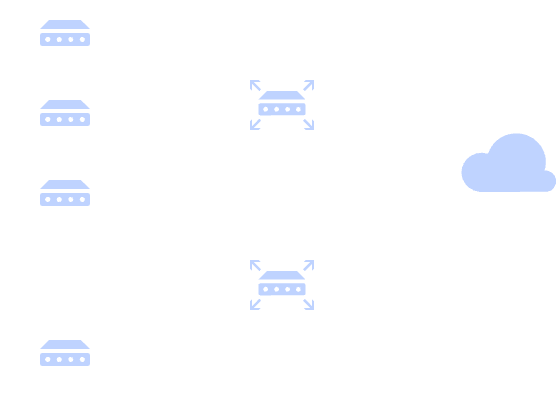
This is images/architecturaldiagram.png from konstantinagian/uppaal-tutorial, a draw.io export, as it was before one commit. Source tidied: cells renumbered, new cells last; positions are measured from the earlier drawing's top-left corner, leaving out a move shared by most shapes. The source it was exported from:
```xml
<mxGraphModel>
  <root>
    <mxCell id="0" />
    <mxCell id="1" parent="0" />
    <mxCell id="2" value="Cloud" style="sketch=0;shadow=0;dashed=0;html=1;strokeColor=none;labelPosition=center;verticalLabelPosition=bottom;verticalAlign=top;align=center;fillColor=#00188D;shape=mxgraph.azure.cloud;" parent="1" vertex="1">
      <mxGeometry x="460" y="130" width="96.9" height="62" as="geometry" />
    </mxCell>
    <mxCell id="3" value="Device 0" style="sketch=0;shadow=0;dashed=0;html=1;strokeColor=none;labelPosition=center;verticalLabelPosition=bottom;verticalAlign=top;align=center;fillColor=#00188D;shape=mxgraph.mscae.enterprise.device;" parent="1" vertex="1">
      <mxGeometry x="40" y="20" width="50" height="26" as="geometry" />
    </mxCell>
    <mxCell id="4" value="Device 1" style="sketch=0;shadow=0;dashed=0;html=1;strokeColor=none;labelPosition=center;verticalLabelPosition=bottom;verticalAlign=top;align=center;fillColor=#00188D;shape=mxgraph.mscae.enterprise.device;" parent="1" vertex="1">
      <mxGeometry x="40" y="100" width="50" height="26" as="geometry" />
    </mxCell>
    <mxCell id="5" style="edgeStyle=orthogonalEdgeStyle;rounded=0;jettySize=auto;html=1;" parent="1" edge="1" source="6">
      <mxGeometry relative="1" as="geometry">
        <mxPoint x="240" y="150" as="targetPoint" />
      </mxGeometry>
    </mxCell>
    <mxCell id="6" value="Device 2" style="sketch=0;shadow=0;dashed=0;html=1;strokeColor=none;labelPosition=center;verticalLabelPosition=bottom;verticalAlign=top;align=center;fillColor=#00188D;shape=mxgraph.mscae.enterprise.device;" parent="1" vertex="1">
      <mxGeometry x="40" y="180" width="50" height="26" as="geometry" />
    </mxCell>
    <mxCell id="7" style="edgeStyle=orthogonalEdgeStyle;rounded=0;jettySize=auto;html=1;exitX=0.97;exitY=0.5;exitDx=0;exitDy=0;exitPerimeter=0;" parent="1" edge="1" source="8">
      <mxGeometry relative="1" as="geometry">
        <mxPoint x="240" y="280" as="targetPoint" />
      </mxGeometry>
    </mxCell>
    <mxCell id="8" value="Device N-1" style="sketch=0;shadow=0;dashed=0;html=1;strokeColor=none;labelPosition=center;verticalLabelPosition=bottom;verticalAlign=top;align=center;fillColor=#00188D;shape=mxgraph.mscae.enterprise.device;" parent="1" vertex="1">
      <mxGeometry x="40" y="340" width="50" height="26" as="geometry" />
    </mxCell>
    <mxCell id="9" style="edgeStyle=orthogonalEdgeStyle;rounded=0;jettySize=auto;html=1;" parent="1" edge="1" source="10">
      <mxGeometry relative="1" as="geometry">
        <mxPoint x="470" y="140" as="targetPoint" />
      </mxGeometry>
    </mxCell>
    <mxCell id="10" value="Gateway 0" style="sketch=0;shadow=0;dashed=0;html=1;strokeColor=none;labelPosition=center;verticalLabelPosition=bottom;verticalAlign=top;align=center;fillColor=#00188D;shape=mxgraph.mscae.enterprise.router;" parent="1" vertex="1">
      <mxGeometry x="250" y="80" width="64.1" height="50" as="geometry" />
    </mxCell>
    <mxCell id="11" value="Gateway G-1" style="sketch=0;shadow=0;dashed=0;html=1;strokeColor=none;labelPosition=center;verticalLabelPosition=bottom;verticalAlign=top;align=center;fillColor=#00188D;shape=mxgraph.mscae.enterprise.router;" parent="1" vertex="1">
      <mxGeometry x="250" y="260" width="64.1" height="50" as="geometry" />
    </mxCell>
    <mxCell id="12" style="edgeStyle=orthogonalEdgeStyle;rounded=0;jettySize=auto;html=1;" parent="1" edge="1" source="11">
      <mxGeometry relative="1" as="geometry">
        <mxPoint x="470" y="210" as="targetPoint" />
      </mxGeometry>
    </mxCell>
    <mxCell id="13" style="edgeStyle=orthogonalEdgeStyle;rounded=0;jettySize=auto;html=1;entryX=0;entryY=0.6;entryDx=0;entryDy=0;entryPerimeter=0;" parent="1" edge="1" source="3" target="10">
      <mxGeometry relative="1" as="geometry">
        <Array as="points">
          <mxPoint x="190" y="33" />
          <mxPoint x="190" y="110" />
        </Array>
      </mxGeometry>
    </mxCell>
    <mxCell id="14" style="edgeStyle=orthogonalEdgeStyle;rounded=0;jettySize=auto;html=1;entryX=0;entryY=0.2;entryDx=0;entryDy=0;entryPerimeter=0;" parent="1" edge="1" source="4" target="11">
      <mxGeometry relative="1" as="geometry" />
    </mxCell>
    <mxCell id="15" style="whiteSpace=wrap;html=1;fillColor=none;" parent="1" vertex="1">
      <mxGeometry width="140" height="410" as="geometry" />
    </mxCell>
    <mxCell id="16" style="whiteSpace=wrap;html=1;fillColor=none;" parent="1" vertex="1">
      <mxGeometry x="220" y="46" width="130" height="334" as="geometry" />
    </mxCell>
    <mxCell id="17" value="..." style="text;html=1;whiteSpace=wrap;strokeColor=none;fillColor=none;align=center;verticalAlign=middle;rounded=0;fontSize=20;" parent="1" vertex="1">
      <mxGeometry x="35" y="270" width="60" height="30" as="geometry" />
    </mxCell>
    <mxCell id="18" value="..." style="text;html=1;whiteSpace=wrap;strokeColor=none;fillColor=none;align=center;verticalAlign=middle;rounded=0;fontSize=20;" parent="1" vertex="1">
      <mxGeometry x="252.1" y="190" width="60" height="30" as="geometry" />
    </mxCell>
  </root>
</mxGraphModel>
```
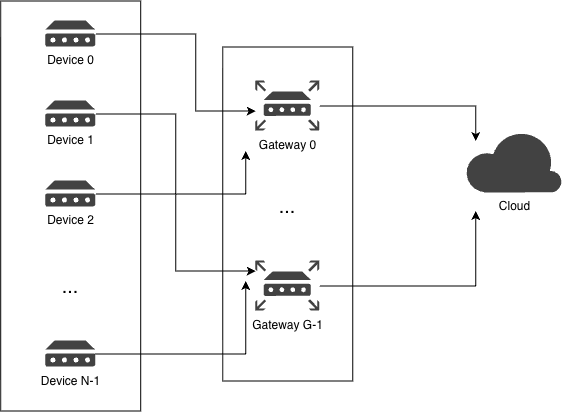
After the commit.

The edit, as a diff of the source:
```diff
@@ -2,48 +2,48 @@
   <root>
     <mxCell id="0" />
     <mxCell id="1" parent="0" />
-    <mxCell id="2" value="Cloud" style="sketch=0;shadow=0;dashed=0;html=1;strokeColor=none;labelPosition=center;verticalLabelPosition=bottom;verticalAlign=top;align=center;fillColor=#00188D;shape=mxgraph.azure.cloud;" parent="1" vertex="1">
+    <mxCell id="2" value="Cloud" style="sketch=0;shadow=0;dashed=0;html=1;strokeColor=none;labelPosition=center;verticalLabelPosition=bottom;verticalAlign=top;align=center;fillColor=#424242;shape=mxgraph.azure.cloud;fontColor=light-dark(#000000,#000000);" parent="1" vertex="1">
       <mxGeometry x="460" y="130" width="96.9" height="62" as="geometry" />
     </mxCell>
-    <mxCell id="3" value="Device 0" style="sketch=0;shadow=0;dashed=0;html=1;strokeColor=none;labelPosition=center;verticalLabelPosition=bottom;verticalAlign=top;align=center;fillColor=#00188D;shape=mxgraph.mscae.enterprise.device;" parent="1" vertex="1">
+    <mxCell id="3" value="Device 0" style="sketch=0;shadow=0;dashed=0;html=1;strokeColor=none;labelPosition=center;verticalLabelPosition=bottom;verticalAlign=top;align=center;fillColor=light-dark(#424242,#424242);shape=mxgraph.mscae.enterprise.device;fontColor=light-dark(#000000,#424242);" parent="1" vertex="1">
       <mxGeometry x="40" y="20" width="50" height="26" as="geometry" />
     </mxCell>
-    <mxCell id="4" value="Device 1" style="sketch=0;shadow=0;dashed=0;html=1;strokeColor=none;labelPosition=center;verticalLabelPosition=bottom;verticalAlign=top;align=center;fillColor=#00188D;shape=mxgraph.mscae.enterprise.device;" parent="1" vertex="1">
+    <mxCell id="4" value="Device 1" style="sketch=0;shadow=0;dashed=0;html=1;strokeColor=none;labelPosition=center;verticalLabelPosition=bottom;verticalAlign=top;align=center;fillColor=light-dark(#424242,#424242);shape=mxgraph.mscae.enterprise.device;fontColor=light-dark(#000000,#FF66FF);" parent="1" vertex="1">
       <mxGeometry x="40" y="100" width="50" height="26" as="geometry" />
     </mxCell>
-    <mxCell id="5" style="edgeStyle=orthogonalEdgeStyle;rounded=0;jettySize=auto;html=1;" parent="1" edge="1" source="6">
-      <mxGeometry relative="1" as="geometry">
-        <mxPoint x="240" y="150" as="targetPoint" />
-      </mxGeometry>
-    </mxCell>
+    <mxCell id="19" style="edgeStyle=orthogonalEdgeStyle;rounded=0;jettySize=auto;html=1;fontColor=light-dark(#000000,#000000);" parent="1" edge="1" source="6">
+      <mxGeometry relative="1" as="geometry">
+        <mxPoint x="240" y="150" as="targetPoint" />
+      </mxGeometry>
+    </mxCell>
-    <mxCell id="6" value="Device 2" style="sketch=0;shadow=0;dashed=0;html=1;strokeColor=none;labelPosition=center;verticalLabelPosition=bottom;verticalAlign=top;align=center;fillColor=#00188D;shape=mxgraph.mscae.enterprise.device;" parent="1" vertex="1">
+    <mxCell id="6" value="Device 2" style="sketch=0;shadow=0;dashed=0;html=1;strokeColor=none;labelPosition=center;verticalLabelPosition=bottom;verticalAlign=top;align=center;fillColor=light-dark(#424242,#424242);shape=mxgraph.mscae.enterprise.device;fontColor=light-dark(#000000,#000000);" parent="1" vertex="1">
       <mxGeometry x="40" y="180" width="50" height="26" as="geometry" />
     </mxCell>
-    <mxCell id="7" style="edgeStyle=orthogonalEdgeStyle;rounded=0;jettySize=auto;html=1;exitX=0.97;exitY=0.5;exitDx=0;exitDy=0;exitPerimeter=0;" parent="1" edge="1" source="8">
-      <mxGeometry relative="1" as="geometry">
-        <mxPoint x="240" y="280" as="targetPoint" />
-      </mxGeometry>
-    </mxCell>
+    <mxCell id="20" style="edgeStyle=orthogonalEdgeStyle;rounded=0;jettySize=auto;html=1;exitX=0.97;exitY=0.5;exitDx=0;exitDy=0;exitPerimeter=0;fontColor=light-dark(#000000,#000000);" parent="1" edge="1" source="8">
+      <mxGeometry relative="1" as="geometry">
+        <mxPoint x="240" y="280" as="targetPoint" />
+      </mxGeometry>
+    </mxCell>
-    <mxCell id="8" value="Device N-1" style="sketch=0;shadow=0;dashed=0;html=1;strokeColor=none;labelPosition=center;verticalLabelPosition=bottom;verticalAlign=top;align=center;fillColor=#00188D;shape=mxgraph.mscae.enterprise.device;" parent="1" vertex="1">
+    <mxCell id="8" value="Device N-1" style="sketch=0;shadow=0;dashed=0;html=1;strokeColor=none;labelPosition=center;verticalLabelPosition=bottom;verticalAlign=top;align=center;fillColor=light-dark(#424242,#424242);shape=mxgraph.mscae.enterprise.device;fontColor=light-dark(#000000,#000000);" parent="1" vertex="1">
       <mxGeometry x="40" y="340" width="50" height="26" as="geometry" />
     </mxCell>
-    <mxCell id="9" style="edgeStyle=orthogonalEdgeStyle;rounded=0;jettySize=auto;html=1;" parent="1" edge="1" source="10">
-      <mxGeometry relative="1" as="geometry">
-        <mxPoint x="470" y="140" as="targetPoint" />
-      </mxGeometry>
-    </mxCell>
+    <mxCell id="21" style="edgeStyle=orthogonalEdgeStyle;rounded=0;jettySize=auto;html=1;fontColor=light-dark(#000000,#000000);" parent="1" edge="1" source="10">
+      <mxGeometry relative="1" as="geometry">
+        <mxPoint x="470" y="140" as="targetPoint" />
+      </mxGeometry>
+    </mxCell>
-    <mxCell id="10" value="Gateway 0" style="sketch=0;shadow=0;dashed=0;html=1;strokeColor=none;labelPosition=center;verticalLabelPosition=bottom;verticalAlign=top;align=center;fillColor=#00188D;shape=mxgraph.mscae.enterprise.router;" parent="1" vertex="1">
+    <mxCell id="10" value="Gateway 0" style="sketch=0;shadow=0;dashed=0;html=1;strokeColor=none;labelPosition=center;verticalLabelPosition=bottom;verticalAlign=top;align=center;fillColor=#424242;shape=mxgraph.mscae.enterprise.router;fontColor=light-dark(#000000,#000000);" parent="1" vertex="1">
       <mxGeometry x="250" y="80" width="64.1" height="50" as="geometry" />
     </mxCell>
-    <mxCell id="11" value="Gateway G-1" style="sketch=0;shadow=0;dashed=0;html=1;strokeColor=none;labelPosition=center;verticalLabelPosition=bottom;verticalAlign=top;align=center;fillColor=#00188D;shape=mxgraph.mscae.enterprise.router;" parent="1" vertex="1">
+    <mxCell id="11" value="Gateway G-1" style="sketch=0;shadow=0;dashed=0;html=1;strokeColor=none;labelPosition=center;verticalLabelPosition=bottom;verticalAlign=top;align=center;fillColor=#424242;shape=mxgraph.mscae.enterprise.router;fontColor=light-dark(#000000,#000000);" parent="1" vertex="1">
       <mxGeometry x="250" y="260" width="64.1" height="50" as="geometry" />
     </mxCell>
-    <mxCell id="12" style="edgeStyle=orthogonalEdgeStyle;rounded=0;jettySize=auto;html=1;" parent="1" edge="1" source="11">
-      <mxGeometry relative="1" as="geometry">
-        <mxPoint x="470" y="210" as="targetPoint" />
-      </mxGeometry>
-    </mxCell>
+    <mxCell id="22" style="edgeStyle=orthogonalEdgeStyle;rounded=0;jettySize=auto;html=1;fontColor=light-dark(#000000,#000000);" parent="1" edge="1" source="11">
+      <mxGeometry relative="1" as="geometry">
+        <mxPoint x="470" y="210" as="targetPoint" />
+      </mxGeometry>
+    </mxCell>
-    <mxCell id="13" style="edgeStyle=orthogonalEdgeStyle;rounded=0;jettySize=auto;html=1;entryX=0;entryY=0.6;entryDx=0;entryDy=0;entryPerimeter=0;" parent="1" edge="1" source="3" target="10">
+    <mxCell id="13" style="edgeStyle=orthogonalEdgeStyle;rounded=0;jettySize=auto;html=1;entryX=0;entryY=0.6;entryDx=0;entryDy=0;entryPerimeter=0;fontColor=light-dark(#000000,#000000);" parent="1" edge="1" source="3" target="10">
       <mxGeometry relative="1" as="geometry">
         <Array as="points">
           <mxPoint x="190" y="33" />
@@ -51,20 +51,20 @@
         </Array>
       </mxGeometry>
     </mxCell>
-    <mxCell id="14" style="edgeStyle=orthogonalEdgeStyle;rounded=0;jettySize=auto;html=1;entryX=0;entryY=0.2;entryDx=0;entryDy=0;entryPerimeter=0;" parent="1" edge="1" source="4" target="11">
+    <mxCell id="14" style="edgeStyle=orthogonalEdgeStyle;rounded=0;jettySize=auto;html=1;entryX=0;entryY=0.2;entryDx=0;entryDy=0;entryPerimeter=0;fontColor=light-dark(#000000,#000000);" parent="1" edge="1" source="4" target="11">
       <mxGeometry relative="1" as="geometry" />
     </mxCell>
-    <mxCell id="15" style="whiteSpace=wrap;html=1;fillColor=none;" parent="1" vertex="1">
-      <mxGeometry width="140" height="410" as="geometry" />
-    </mxCell>
-    <mxCell id="16" style="whiteSpace=wrap;html=1;fillColor=none;" parent="1" vertex="1">
-      <mxGeometry x="220" y="46" width="130" height="334" as="geometry" />
-    </mxCell>
-    <mxCell id="17" value="..." style="text;html=1;whiteSpace=wrap;strokeColor=none;fillColor=none;align=center;verticalAlign=middle;rounded=0;fontSize=20;" parent="1" vertex="1">
-      <mxGeometry x="35" y="270" width="60" height="30" as="geometry" />
-    </mxCell>
-    <mxCell id="18" value="..." style="text;html=1;whiteSpace=wrap;strokeColor=none;fillColor=none;align=center;verticalAlign=middle;rounded=0;fontSize=20;" parent="1" vertex="1">
-      <mxGeometry x="252.1" y="190" width="60" height="30" as="geometry" />
-    </mxCell>
+    <mxCell id="23" style="whiteSpace=wrap;html=1;fillColor=none;strokeColor=light-dark(#000000,#000000);fontColor=light-dark(#000000,#000000);" parent="1" vertex="1">
+      <mxGeometry x="-5" width="140" height="410" as="geometry" />
+    </mxCell>
+    <mxCell id="24" style="whiteSpace=wrap;html=1;fillColor=none;strokeColor=light-dark(#000000,#000000);fontColor=light-dark(#000000,#000000);" parent="1" vertex="1">
+      <mxGeometry x="217" y="46" width="130" height="334" as="geometry" />
+    </mxCell>
+    <mxCell id="25" value="..." style="text;html=1;whiteSpace=wrap;strokeColor=none;fillColor=none;align=center;verticalAlign=middle;rounded=0;fontSize=20;fontColor=light-dark(#000000,#000000);" parent="1" vertex="1">
+      <mxGeometry x="35" y="270" width="60" height="30" as="geometry" />
+    </mxCell>
+    <mxCell id="26" value="..." style="text;html=1;whiteSpace=wrap;strokeColor=none;fillColor=none;align=center;verticalAlign=middle;rounded=0;fontSize=20;fontColor=light-dark(#000000,#000000);" parent="1" vertex="1">
+      <mxGeometry x="252" y="190" width="60" height="30" as="geometry" />
+    </mxCell>
   </root>
 </mxGraphModel>
```
